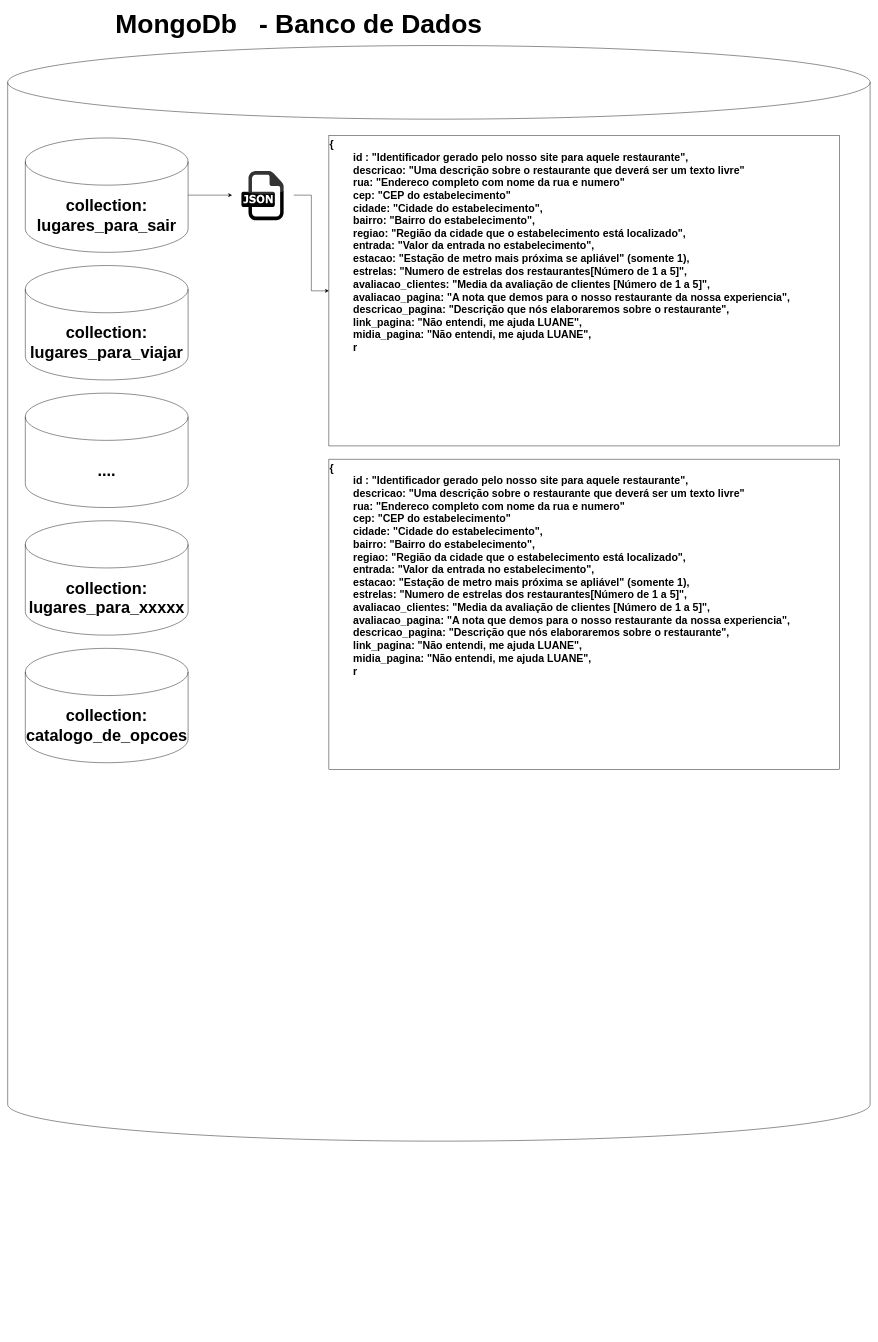
This is travel-and-dine.drawio from joaoprado96/travel-and-dine, a draw.io file, before an edit. Source tidied: cells renumbered, new cells numbered last; positions are measured from the earlier drawing's top-left corner, leaving out a move shared by most shapes. Both pictures are drawn from the tidied source at 44%, with x=0, y=0 at pixel (7, 10).
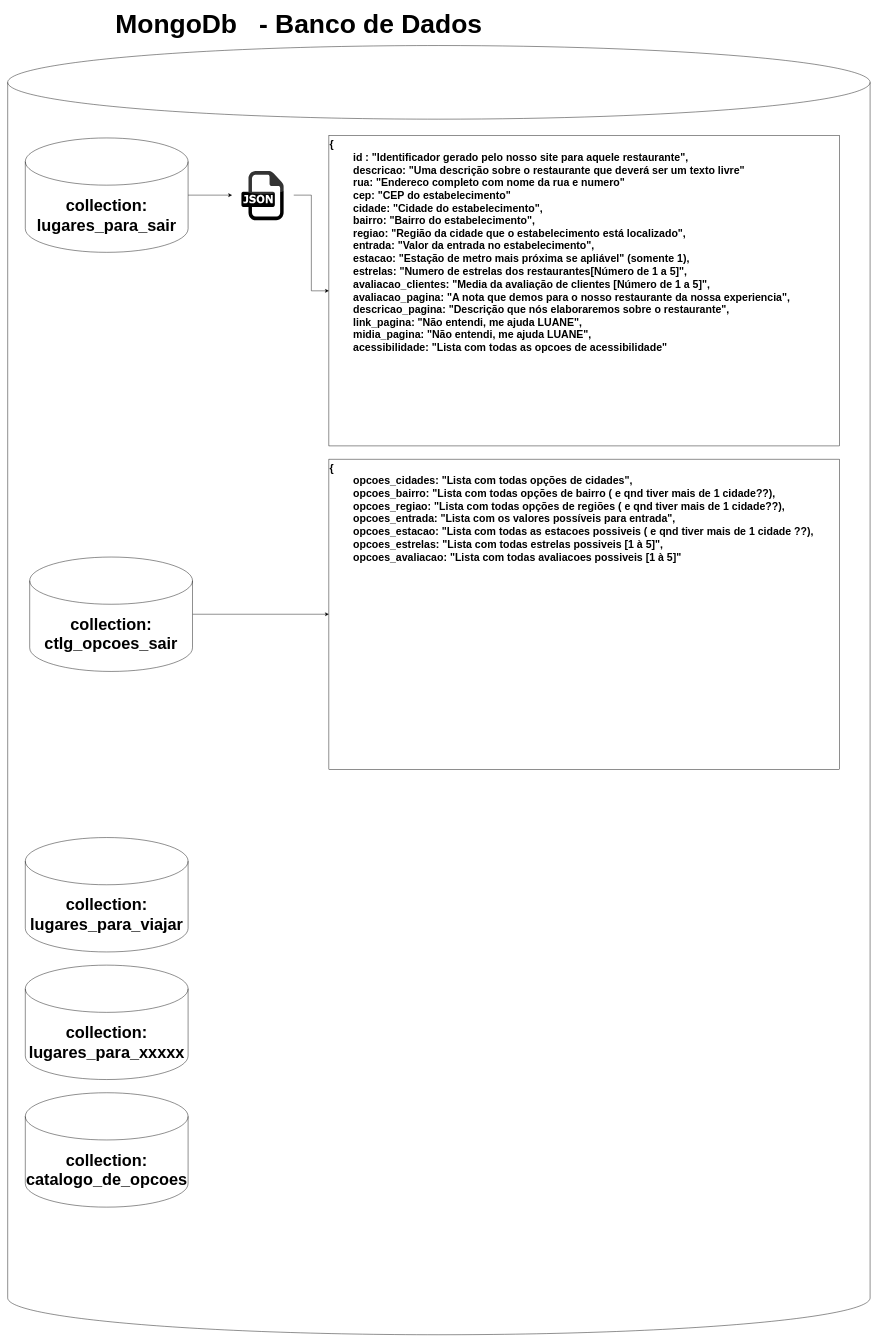
The same page after the edit.

The edit, as a diff of the source:
```diff
@@
 <mxGraphModel>
   <root>
     <mxCell id="0" />
     <mxCell id="1" parent="0" />
     <mxCell id="2" style="shape=cylinder3;whiteSpace=wrap;html=1;boundedLbl=1;backgroundOutline=1;size=83.66666666666663;" parent="1" vertex="1">
-      <mxGeometry y="80" width="1960" height="2490" as="geometry" />
+      <mxGeometry y="80" width="1960" height="2930" as="geometry" />
     </mxCell>
     <mxCell id="3" value="&lt;span style=&quot;font-size: 60px;&quot;&gt;&lt;b style=&quot;font-size: 60px;&quot;&gt;MongoDb&amp;nbsp; &amp;nbsp;- Banco de Dados&amp;nbsp;&lt;/b&gt;&lt;/span&gt;" style="text;html=1;strokeColor=none;fillColor=none;align=center;verticalAlign=middle;whiteSpace=wrap;rounded=0;fontSize=60;" parent="1" vertex="1">
       <mxGeometry x="20" width="1300" height="60" as="geometry" />
     </mxCell>
     <mxCell id="4" style="edgeStyle=orthogonalEdgeStyle;rounded=0;jettySize=auto;html=1;" parent="1" edge="1" source="5" target="11">
       <mxGeometry relative="1" as="geometry" />
     </mxCell>
     <mxCell id="5" value="collection:&lt;br style=&quot;font-size: 37px;&quot;&gt;lugares_para_sair" style="shape=cylinder3;whiteSpace=wrap;html=1;boundedLbl=1;backgroundOutline=1;size=53.666666666666686;fontSize=37;fontStyle=1;" parent="1" vertex="1">
       <mxGeometry x="40" y="290" width="370" height="260" as="geometry" />
     </mxCell>
+    <mxCell id="14" style="edgeStyle=orthogonalEdgeStyle;rounded=0;jettySize=auto;html=1;" parent="1" edge="1" source="6" target="13">
+      <mxGeometry relative="1" as="geometry" />
+    </mxCell>
-    <mxCell id="6" value="collection:&lt;br style=&quot;font-size: 37px;&quot;&gt;lugares_para_viajar" style="shape=cylinder3;whiteSpace=wrap;html=1;boundedLbl=1;backgroundOutline=1;size=53.666666666666686;fontSize=37;fontStyle=1;" parent="1" vertex="1">
-      <mxGeometry x="40" y="580" width="370" height="260" as="geometry" />
+    <mxCell id="6" value="collection:&lt;br style=&quot;border-color: var(--border-color);&quot;&gt;ctlg_opcoes_sair" style="shape=cylinder3;whiteSpace=wrap;html=1;boundedLbl=1;backgroundOutline=1;size=53.666666666666686;fontSize=37;fontStyle=1;" parent="1" vertex="1">
+      <mxGeometry x="50" y="1242.5" width="370" height="260" as="geometry" />
     </mxCell>
-    <mxCell id="7" value="...." style="shape=cylinder3;whiteSpace=wrap;html=1;boundedLbl=1;backgroundOutline=1;size=53.666666666666686;fontSize=37;fontStyle=1;" parent="1" vertex="1">
-      <mxGeometry x="40" y="870" width="370" height="260" as="geometry" />
+    <mxCell id="7" value="collection:&lt;br style=&quot;border-color: var(--border-color);&quot;&gt;lugares_para_viajar" style="shape=cylinder3;whiteSpace=wrap;html=1;boundedLbl=1;backgroundOutline=1;size=53.666666666666686;fontSize=37;fontStyle=1;" parent="1" vertex="1">
+      <mxGeometry x="40" y="1880" width="370" height="260" as="geometry" />
     </mxCell>
     <mxCell id="8" value="collection:&lt;br style=&quot;font-size: 37px;&quot;&gt;lugares_para_xxxxx" style="shape=cylinder3;whiteSpace=wrap;html=1;boundedLbl=1;backgroundOutline=1;size=53.666666666666686;fontSize=37;fontStyle=1;" parent="1" vertex="1">
-      <mxGeometry x="40" y="1160" width="370" height="260" as="geometry" />
+      <mxGeometry x="40" y="2170" width="370" height="260" as="geometry" />
     </mxCell>
     <mxCell id="9" value="collection:&lt;br style=&quot;font-size: 37px;&quot;&gt;catalogo_de_opcoes" style="shape=cylinder3;whiteSpace=wrap;html=1;boundedLbl=1;backgroundOutline=1;size=53.666666666666686;fontSize=37;fontStyle=1;" parent="1" vertex="1">
-      <mxGeometry x="40" y="1450" width="370" height="260" as="geometry" />
+      <mxGeometry x="40" y="2460" width="370" height="260" as="geometry" />
     </mxCell>
     <mxCell id="10" style="edgeStyle=orthogonalEdgeStyle;rounded=0;jettySize=auto;html=1;" parent="1" edge="1" source="11" target="12">
       <mxGeometry relative="1" as="geometry" />
     </mxCell>
     <mxCell id="11" style="dashed=0;outlineConnect=0;html=1;align=center;labelPosition=center;verticalLabelPosition=bottom;verticalAlign=top;shape=mxgraph.webicons.json;gradientColor=none;fillColor=none;" parent="1" vertex="1">
       <mxGeometry x="510" y="345" width="140.1" height="150" as="geometry" />
     </mxCell>
-    <mxCell id="12" value="{&lt;br style=&quot;font-size: 24px;&quot;&gt;&lt;span style=&quot;font-size: 24px;&quot;&gt;&lt;span style=&quot;&quot;&gt;&amp;nbsp;&amp;nbsp;&amp;nbsp;&amp;nbsp;&lt;span style=&quot;&quot;&gt;&lt;span style=&quot;white-space: pre;&quot;&gt;&amp;nbsp;&amp;nbsp;&amp;nbsp;&amp;nbsp;&lt;/span&gt;&lt;/span&gt;&lt;/span&gt;&lt;/span&gt;id : &quot;Identificador gerado pelo nosso site para aquele restaurante&quot;,&lt;br&gt;&lt;span style=&quot;&quot;&gt;&lt;span style=&quot;&quot;&gt;&amp;nbsp;&amp;nbsp;&amp;nbsp;&amp;nbsp;&lt;span style=&quot;&quot;&gt;&lt;span style=&quot;white-space: pre;&quot;&gt;&amp;nbsp;&amp;nbsp;&amp;nbsp;&amp;nbsp;&lt;/span&gt;&lt;/span&gt;&lt;/span&gt;&lt;/span&gt;descricao: &quot;Uma descrição sobre o restaurante que deverá ser um texto livre&quot;&lt;br&gt;&lt;span style=&quot;&quot;&gt;&lt;span style=&quot;&quot;&gt;&amp;nbsp;&amp;nbsp;&amp;nbsp;&amp;nbsp;&lt;span style=&quot;&quot;&gt;&lt;span style=&quot;white-space: pre;&quot;&gt;&amp;nbsp;&amp;nbsp;&amp;nbsp;&amp;nbsp;&lt;/span&gt;&lt;/span&gt;&lt;/span&gt;&lt;/span&gt;rua: &quot;Endereco completo com nome da rua e numero&quot;&lt;br&gt;&lt;span style=&quot;&quot;&gt;&lt;span style=&quot;&quot;&gt;&amp;nbsp;&amp;nbsp;&amp;nbsp;&amp;nbsp;&lt;span style=&quot;&quot;&gt;&lt;span style=&quot;white-space: pre;&quot;&gt;&amp;nbsp;&amp;nbsp;&amp;nbsp;&amp;nbsp;&lt;/span&gt;&lt;/span&gt;&lt;/span&gt;&lt;/span&gt;cep: &quot;CEP do estabelecimento&quot;&lt;br&gt;&lt;span style=&quot;&quot;&gt;&lt;span style=&quot;&quot;&gt;&amp;nbsp;&amp;nbsp;&amp;nbsp;&amp;nbsp;&lt;span style=&quot;&quot;&gt;&lt;span style=&quot;white-space: pre;&quot;&gt;&amp;nbsp;&amp;nbsp;&amp;nbsp;&amp;nbsp;&lt;/span&gt;&lt;/span&gt;&lt;/span&gt;&lt;/span&gt;cidade: &quot;Cidade do estabelecimento&quot;,&lt;br&gt;&lt;span style=&quot;&quot;&gt;&lt;span style=&quot;&quot;&gt;&amp;nbsp;&amp;nbsp;&amp;nbsp;&amp;nbsp;&lt;span style=&quot;&quot;&gt;&lt;span style=&quot;white-space: pre;&quot;&gt;&amp;nbsp;&amp;nbsp;&amp;nbsp;&amp;nbsp;&lt;/span&gt;&lt;/span&gt;&lt;/span&gt;&lt;/span&gt;bairro: &quot;Bairro do estabelecimento&quot;,&lt;br&gt;&lt;span style=&quot;white-space: pre;&quot;&gt;&#9;&lt;/span&gt;regiao: &quot;Região da cidade que o estabelecimento está localizado&quot;,&lt;br&gt;&lt;span style=&quot;&quot;&gt;&lt;span style=&quot;&quot;&gt;&amp;nbsp;&amp;nbsp;&amp;nbsp;&amp;nbsp;&lt;span style=&quot;&quot;&gt;&lt;span style=&quot;white-space: pre;&quot;&gt;&amp;nbsp;&amp;nbsp;&amp;nbsp;&amp;nbsp;&lt;/span&gt;&lt;/span&gt;&lt;/span&gt;&lt;/span&gt;entrada: &quot;Valor da entrada no estabelecimento&quot;,&lt;br&gt;&lt;span style=&quot;&quot;&gt;&lt;span style=&quot;&quot;&gt;&amp;nbsp;&amp;nbsp;&amp;nbsp;&amp;nbsp;&lt;span style=&quot;&quot;&gt;&lt;span style=&quot;white-space: pre;&quot;&gt;&amp;nbsp;&amp;nbsp;&amp;nbsp;&amp;nbsp;&lt;/span&gt;&lt;/span&gt;&lt;/span&gt;&lt;/span&gt;estacao: &quot;Estação de metro mais próxima se apliável&quot; (somente 1),&lt;br&gt;&lt;span style=&quot;&quot;&gt;&lt;span style=&quot;&quot;&gt;&amp;nbsp;&amp;nbsp;&amp;nbsp;&amp;nbsp;&lt;span style=&quot;&quot;&gt;&lt;span style=&quot;white-space: pre;&quot;&gt;&amp;nbsp;&amp;nbsp;&amp;nbsp;&amp;nbsp;&lt;/span&gt;&lt;/span&gt;&lt;/span&gt;&lt;/span&gt;estrelas: &quot;Numero de estrelas dos restaurantes[Número de 1 a 5]&quot;,&lt;br&gt;&lt;span style=&quot;&quot;&gt;&lt;span style=&quot;&quot;&gt;&amp;nbsp;&amp;nbsp;&amp;nbsp;&amp;nbsp;&lt;span style=&quot;&quot;&gt;&lt;span style=&quot;white-space: pre;&quot;&gt;&amp;nbsp;&amp;nbsp;&amp;nbsp;&amp;nbsp;&lt;/span&gt;&lt;/span&gt;&lt;/span&gt;&lt;/span&gt;avaliacao_clientes: &quot;Media da avaliação de clientes [Número de 1 a 5]&quot;,&lt;br&gt;&lt;span style=&quot;&quot;&gt;&lt;span style=&quot;white-space: pre;&quot;&gt;&amp;nbsp;&amp;nbsp;&amp;nbsp;&amp;nbsp;&lt;span style=&quot;white-space: pre;&quot;&gt;&#9;&lt;/span&gt;&lt;/span&gt;&lt;/span&gt;avaliacao_pagina: &quot;A nota que demos para o nosso restaurante da nossa experiencia&quot;,&lt;br&gt;&lt;span style=&quot;&quot;&gt;&lt;span style=&quot;white-space: pre;&quot;&gt;&amp;nbsp;&amp;nbsp;&amp;nbsp;&amp;nbsp;&lt;span style=&quot;white-space: pre;&quot;&gt;&#9;&lt;/span&gt;&lt;/span&gt;&lt;/span&gt;descricao_pagina: &quot;Descrição que nós elaboraremos sobre o restaurante&quot;,&lt;br&gt;&lt;span style=&quot;&quot;&gt;&lt;span style=&quot;white-space: pre;&quot;&gt;&amp;nbsp;&amp;nbsp;&amp;nbsp;&amp;nbsp;&lt;span style=&quot;white-space: pre;&quot;&gt;&#9;&lt;/span&gt;&lt;/span&gt;&lt;/span&gt;link_pagina: &quot;Não entendi, me ajuda LUANE&quot;,&lt;br&gt;&lt;span style=&quot;&quot;&gt;&lt;span style=&quot;white-space: pre;&quot;&gt;&amp;nbsp;&amp;nbsp;&amp;nbsp;&amp;nbsp;&lt;span style=&quot;white-space: pre;&quot;&gt;&#9;&lt;/span&gt;&lt;/span&gt;&lt;/span&gt;midia_pagina: &quot;Não entendi, me ajuda LUANE&quot;,&lt;br&gt;&lt;span style=&quot;white-space: pre;&quot;&gt;&#9;&lt;/span&gt;r" style="rounded=0;whiteSpace=wrap;html=1;align=left;fontStyle=1;fontSize=24;verticalAlign=top;" parent="1" vertex="1">
+    <mxCell id="12" value="{&lt;br style=&quot;font-size: 24px;&quot;&gt;&lt;span style=&quot;font-size: 24px;&quot;&gt;&lt;span style=&quot;&quot;&gt;&amp;nbsp;&amp;nbsp;&amp;nbsp;&amp;nbsp;&lt;span style=&quot;&quot;&gt;&lt;span style=&quot;white-space: pre;&quot;&gt;&amp;nbsp;&amp;nbsp;&amp;nbsp;&amp;nbsp;&lt;/span&gt;&lt;/span&gt;&lt;/span&gt;&lt;/span&gt;id : &quot;Identificador gerado pelo nosso site para aquele restaurante&quot;,&lt;br&gt;&lt;span style=&quot;&quot;&gt;&lt;span style=&quot;&quot;&gt;&amp;nbsp;&amp;nbsp;&amp;nbsp;&amp;nbsp;&lt;span style=&quot;&quot;&gt;&lt;span style=&quot;white-space: pre;&quot;&gt;&amp;nbsp;&amp;nbsp;&amp;nbsp;&amp;nbsp;&lt;/span&gt;&lt;/span&gt;&lt;/span&gt;&lt;/span&gt;descricao: &quot;Uma descrição sobre o restaurante que deverá ser um texto livre&quot;&lt;br&gt;&lt;span style=&quot;&quot;&gt;&lt;span style=&quot;&quot;&gt;&amp;nbsp;&amp;nbsp;&amp;nbsp;&amp;nbsp;&lt;span style=&quot;&quot;&gt;&lt;span style=&quot;white-space: pre;&quot;&gt;&amp;nbsp;&amp;nbsp;&amp;nbsp;&amp;nbsp;&lt;/span&gt;&lt;/span&gt;&lt;/span&gt;&lt;/span&gt;rua: &quot;Endereco completo com nome da rua e numero&quot;&lt;br&gt;&lt;span style=&quot;&quot;&gt;&lt;span style=&quot;&quot;&gt;&amp;nbsp;&amp;nbsp;&amp;nbsp;&amp;nbsp;&lt;span style=&quot;&quot;&gt;&lt;span style=&quot;white-space: pre;&quot;&gt;&amp;nbsp;&amp;nbsp;&amp;nbsp;&amp;nbsp;&lt;/span&gt;&lt;/span&gt;&lt;/span&gt;&lt;/span&gt;cep: &quot;CEP do estabelecimento&quot;&lt;br&gt;&lt;span style=&quot;&quot;&gt;&lt;span style=&quot;&quot;&gt;&amp;nbsp;&amp;nbsp;&amp;nbsp;&amp;nbsp;&lt;span style=&quot;&quot;&gt;&lt;span style=&quot;white-space: pre;&quot;&gt;&amp;nbsp;&amp;nbsp;&amp;nbsp;&amp;nbsp;&lt;/span&gt;&lt;/span&gt;&lt;/span&gt;&lt;/span&gt;cidade: &quot;Cidade do estabelecimento&quot;,&lt;br&gt;&lt;span style=&quot;&quot;&gt;&lt;span style=&quot;&quot;&gt;&amp;nbsp;&amp;nbsp;&amp;nbsp;&amp;nbsp;&lt;span style=&quot;&quot;&gt;&lt;span style=&quot;white-space: pre;&quot;&gt;&amp;nbsp;&amp;nbsp;&amp;nbsp;&amp;nbsp;&lt;/span&gt;&lt;/span&gt;&lt;/span&gt;&lt;/span&gt;bairro: &quot;Bairro do estabelecimento&quot;,&lt;br&gt;&lt;span style=&quot;white-space: pre;&quot;&gt;&#9;&lt;/span&gt;regiao: &quot;Região da cidade que o estabelecimento está localizado&quot;,&lt;br&gt;&lt;span style=&quot;&quot;&gt;&lt;span style=&quot;&quot;&gt;&amp;nbsp;&amp;nbsp;&amp;nbsp;&amp;nbsp;&lt;span style=&quot;&quot;&gt;&lt;span style=&quot;white-space: pre;&quot;&gt;&amp;nbsp;&amp;nbsp;&amp;nbsp;&amp;nbsp;&lt;/span&gt;&lt;/span&gt;&lt;/span&gt;&lt;/span&gt;entrada: &quot;Valor da entrada no estabelecimento&quot;,&lt;br&gt;&lt;span style=&quot;&quot;&gt;&lt;span style=&quot;&quot;&gt;&amp;nbsp;&amp;nbsp;&amp;nbsp;&amp;nbsp;&lt;span style=&quot;&quot;&gt;&lt;span style=&quot;white-space: pre;&quot;&gt;&amp;nbsp;&amp;nbsp;&amp;nbsp;&amp;nbsp;&lt;/span&gt;&lt;/span&gt;&lt;/span&gt;&lt;/span&gt;estacao: &quot;Estação de metro mais próxima se apliável&quot; (somente 1),&lt;br&gt;&lt;span style=&quot;&quot;&gt;&lt;span style=&quot;&quot;&gt;&amp;nbsp;&amp;nbsp;&amp;nbsp;&amp;nbsp;&lt;span style=&quot;&quot;&gt;&lt;span style=&quot;white-space: pre;&quot;&gt;&amp;nbsp;&amp;nbsp;&amp;nbsp;&amp;nbsp;&lt;/span&gt;&lt;/span&gt;&lt;/span&gt;&lt;/span&gt;estrelas: &quot;Numero de estrelas dos restaurantes[Número de 1 a 5]&quot;,&lt;br&gt;&lt;span style=&quot;&quot;&gt;&lt;span style=&quot;&quot;&gt;&amp;nbsp;&amp;nbsp;&amp;nbsp;&amp;nbsp;&lt;span style=&quot;&quot;&gt;&lt;span style=&quot;white-space: pre;&quot;&gt;&amp;nbsp;&amp;nbsp;&amp;nbsp;&amp;nbsp;&lt;/span&gt;&lt;/span&gt;&lt;/span&gt;&lt;/span&gt;avaliacao_clientes: &quot;Media da avaliação de clientes [Número de 1 a 5]&quot;,&lt;br&gt;&lt;span style=&quot;&quot;&gt;&lt;span style=&quot;white-space: pre;&quot;&gt;&amp;nbsp;&amp;nbsp;&amp;nbsp;&amp;nbsp;&lt;span style=&quot;white-space: pre;&quot;&gt;&#9;&lt;/span&gt;&lt;/span&gt;&lt;/span&gt;avaliacao_pagina: &quot;A nota que demos para o nosso restaurante da nossa experiencia&quot;,&lt;br&gt;&lt;span style=&quot;&quot;&gt;&lt;span style=&quot;white-space: pre;&quot;&gt;&amp;nbsp;&amp;nbsp;&amp;nbsp;&amp;nbsp;&lt;span style=&quot;white-space: pre;&quot;&gt;&#9;&lt;/span&gt;&lt;/span&gt;&lt;/span&gt;descricao_pagina: &quot;Descrição que nós elaboraremos sobre o restaurante&quot;,&lt;br&gt;&lt;span style=&quot;&quot;&gt;&lt;span style=&quot;white-space: pre;&quot;&gt;&amp;nbsp;&amp;nbsp;&amp;nbsp;&amp;nbsp;&lt;span style=&quot;white-space: pre;&quot;&gt;&#9;&lt;/span&gt;&lt;/span&gt;&lt;/span&gt;link_pagina: &quot;Não entendi, me ajuda LUANE&quot;,&lt;br&gt;&lt;span style=&quot;&quot;&gt;&lt;span style=&quot;white-space: pre;&quot;&gt;&amp;nbsp;&amp;nbsp;&amp;nbsp;&amp;nbsp;&lt;span style=&quot;white-space: pre;&quot;&gt;&#9;&lt;/span&gt;&lt;/span&gt;&lt;/span&gt;midia_pagina: &quot;Não entendi, me ajuda LUANE&quot;,&lt;br&gt;&lt;span style=&quot;white-space: pre;&quot;&gt;&#9;&lt;/span&gt;acessibilidade: &quot;Lista com todas as opcoes de acessibilidade&quot;" style="rounded=0;whiteSpace=wrap;html=1;align=left;fontStyle=1;fontSize=24;verticalAlign=top;" parent="1" vertex="1">
       <mxGeometry x="730" y="285" width="1160" height="705" as="geometry" />
     </mxCell>
-    <mxCell id="13" value="{&lt;br style=&quot;font-size: 24px;&quot;&gt;&lt;span style=&quot;font-size: 24px;&quot;&gt;&lt;span style=&quot;&quot;&gt;&amp;nbsp;&amp;nbsp;&amp;nbsp;&amp;nbsp;&lt;span style=&quot;&quot;&gt;&lt;span style=&quot;white-space: pre;&quot;&gt;&amp;nbsp;&amp;nbsp;&amp;nbsp;&amp;nbsp;&lt;/span&gt;&lt;/span&gt;&lt;/span&gt;&lt;/span&gt;id : &quot;Identificador gerado pelo nosso site para aquele restaurante&quot;,&lt;br&gt;&lt;span style=&quot;&quot;&gt;&lt;span style=&quot;&quot;&gt;&amp;nbsp;&amp;nbsp;&amp;nbsp;&amp;nbsp;&lt;span style=&quot;&quot;&gt;&lt;span style=&quot;white-space: pre;&quot;&gt;&amp;nbsp;&amp;nbsp;&amp;nbsp;&amp;nbsp;&lt;/span&gt;&lt;/span&gt;&lt;/span&gt;&lt;/span&gt;descricao: &quot;Uma descrição sobre o restaurante que deverá ser um texto livre&quot;&lt;br&gt;&lt;span style=&quot;&quot;&gt;&lt;span style=&quot;&quot;&gt;&amp;nbsp;&amp;nbsp;&amp;nbsp;&amp;nbsp;&lt;span style=&quot;&quot;&gt;&lt;span style=&quot;white-space: pre;&quot;&gt;&amp;nbsp;&amp;nbsp;&amp;nbsp;&amp;nbsp;&lt;/span&gt;&lt;/span&gt;&lt;/span&gt;&lt;/span&gt;rua: &quot;Endereco completo com nome da rua e numero&quot;&lt;br&gt;&lt;span style=&quot;&quot;&gt;&lt;span style=&quot;&quot;&gt;&amp;nbsp;&amp;nbsp;&amp;nbsp;&amp;nbsp;&lt;span style=&quot;&quot;&gt;&lt;span style=&quot;white-space: pre;&quot;&gt;&amp;nbsp;&amp;nbsp;&amp;nbsp;&amp;nbsp;&lt;/span&gt;&lt;/span&gt;&lt;/span&gt;&lt;/span&gt;cep: &quot;CEP do estabelecimento&quot;&lt;br&gt;&lt;span style=&quot;&quot;&gt;&lt;span style=&quot;&quot;&gt;&amp;nbsp;&amp;nbsp;&amp;nbsp;&amp;nbsp;&lt;span style=&quot;&quot;&gt;&lt;span style=&quot;white-space: pre;&quot;&gt;&amp;nbsp;&amp;nbsp;&amp;nbsp;&amp;nbsp;&lt;/span&gt;&lt;/span&gt;&lt;/span&gt;&lt;/span&gt;cidade: &quot;Cidade do estabelecimento&quot;,&lt;br&gt;&lt;span style=&quot;&quot;&gt;&lt;span style=&quot;&quot;&gt;&amp;nbsp;&amp;nbsp;&amp;nbsp;&amp;nbsp;&lt;span style=&quot;&quot;&gt;&lt;span style=&quot;white-space: pre;&quot;&gt;&amp;nbsp;&amp;nbsp;&amp;nbsp;&amp;nbsp;&lt;/span&gt;&lt;/span&gt;&lt;/span&gt;&lt;/span&gt;bairro: &quot;Bairro do estabelecimento&quot;,&lt;br&gt;&lt;span style=&quot;white-space: pre;&quot;&gt;&#9;&lt;/span&gt;regiao: &quot;Região da cidade que o estabelecimento está localizado&quot;,&lt;br&gt;&lt;span style=&quot;&quot;&gt;&lt;span style=&quot;&quot;&gt;&amp;nbsp;&amp;nbsp;&amp;nbsp;&amp;nbsp;&lt;span style=&quot;&quot;&gt;&lt;span style=&quot;white-space: pre;&quot;&gt;&amp;nbsp;&amp;nbsp;&amp;nbsp;&amp;nbsp;&lt;/span&gt;&lt;/span&gt;&lt;/span&gt;&lt;/span&gt;entrada: &quot;Valor da entrada no estabelecimento&quot;,&lt;br&gt;&lt;span style=&quot;&quot;&gt;&lt;span style=&quot;&quot;&gt;&amp;nbsp;&amp;nbsp;&amp;nbsp;&amp;nbsp;&lt;span style=&quot;&quot;&gt;&lt;span style=&quot;white-space: pre;&quot;&gt;&amp;nbsp;&amp;nbsp;&amp;nbsp;&amp;nbsp;&lt;/span&gt;&lt;/span&gt;&lt;/span&gt;&lt;/span&gt;estacao: &quot;Estação de metro mais próxima se apliável&quot; (somente 1),&lt;br&gt;&lt;span style=&quot;&quot;&gt;&lt;span style=&quot;&quot;&gt;&amp;nbsp;&amp;nbsp;&amp;nbsp;&amp;nbsp;&lt;span style=&quot;&quot;&gt;&lt;span style=&quot;white-space: pre;&quot;&gt;&amp;nbsp;&amp;nbsp;&amp;nbsp;&amp;nbsp;&lt;/span&gt;&lt;/span&gt;&lt;/span&gt;&lt;/span&gt;estrelas: &quot;Numero de estrelas dos restaurantes[Número de 1 a 5]&quot;,&lt;br&gt;&lt;span style=&quot;&quot;&gt;&lt;span style=&quot;&quot;&gt;&amp;nbsp;&amp;nbsp;&amp;nbsp;&amp;nbsp;&lt;span style=&quot;&quot;&gt;&lt;span style=&quot;white-space: pre;&quot;&gt;&amp;nbsp;&amp;nbsp;&amp;nbsp;&amp;nbsp;&lt;/span&gt;&lt;/span&gt;&lt;/span&gt;&lt;/span&gt;avaliacao_clientes: &quot;Media da avaliação de clientes [Número de 1 a 5]&quot;,&lt;br&gt;&lt;span style=&quot;&quot;&gt;&lt;span style=&quot;white-space: pre;&quot;&gt;&amp;nbsp;&amp;nbsp;&amp;nbsp;&amp;nbsp;&lt;span style=&quot;white-space: pre;&quot;&gt;&#9;&lt;/span&gt;&lt;/span&gt;&lt;/span&gt;avaliacao_pagina: &quot;A nota que demos para o nosso restaurante da nossa experiencia&quot;,&lt;br&gt;&lt;span style=&quot;&quot;&gt;&lt;span style=&quot;white-space: pre;&quot;&gt;&amp;nbsp;&amp;nbsp;&amp;nbsp;&amp;nbsp;&lt;span style=&quot;white-space: pre;&quot;&gt;&#9;&lt;/span&gt;&lt;/span&gt;&lt;/span&gt;descricao_pagina: &quot;Descrição que nós elaboraremos sobre o restaurante&quot;,&lt;br&gt;&lt;span style=&quot;&quot;&gt;&lt;span style=&quot;white-space: pre;&quot;&gt;&amp;nbsp;&amp;nbsp;&amp;nbsp;&amp;nbsp;&lt;span style=&quot;white-space: pre;&quot;&gt;&#9;&lt;/span&gt;&lt;/span&gt;&lt;/span&gt;link_pagina: &quot;Não entendi, me ajuda LUANE&quot;,&lt;br&gt;&lt;span style=&quot;&quot;&gt;&lt;span style=&quot;white-space: pre;&quot;&gt;&amp;nbsp;&amp;nbsp;&amp;nbsp;&amp;nbsp;&lt;span style=&quot;white-space: pre;&quot;&gt;&#9;&lt;/span&gt;&lt;/span&gt;&lt;/span&gt;midia_pagina: &quot;Não entendi, me ajuda LUANE&quot;,&lt;br&gt;&lt;span style=&quot;white-space: pre;&quot;&gt;&#9;&lt;/span&gt;r" style="rounded=0;whiteSpace=wrap;html=1;align=left;fontStyle=1;fontSize=24;verticalAlign=top;" parent="1" vertex="1">
+    <mxCell id="13" value="{&lt;br&gt;&lt;span style=&quot;&quot;&gt;&lt;span style=&quot;&quot;&gt;&amp;nbsp;&amp;nbsp;&amp;nbsp;&amp;nbsp;&lt;span style=&quot;white-space: pre;&quot;&gt;&#9;&lt;/span&gt;&lt;/span&gt;&lt;/span&gt;opcoes_cidades: &quot;Lista com todas opções de cidades&quot;,&lt;br&gt;&lt;span style=&quot;&quot;&gt;&lt;span style=&quot;&quot;&gt;&amp;nbsp;&amp;nbsp;&amp;nbsp;&amp;nbsp;&lt;span style=&quot;white-space: pre;&quot;&gt;&#9;&lt;/span&gt;&lt;/span&gt;&lt;/span&gt;opcoes_bairro: &quot;Lista com todas opções de bairro ( e qnd tiver mais de 1 cidade??),&lt;br&gt;&lt;span style=&quot;&quot;&gt;&lt;span style=&quot;&quot;&gt;&amp;nbsp;&amp;nbsp;&amp;nbsp;&lt;span style=&quot;white-space: pre;&quot;&gt;&#9;&lt;/span&gt;&lt;/span&gt;&lt;/span&gt;opcoes_regiao: &quot;Lista com todas opções de regiões ( e qnd tiver mais de 1 cidade??),&lt;br&gt;&lt;span style=&quot;&quot;&gt;&lt;span style=&quot;&quot;&gt;&amp;nbsp;&amp;nbsp;&amp;nbsp;&amp;nbsp;&lt;span style=&quot;white-space: pre;&quot;&gt;&#9;&lt;/span&gt;&lt;/span&gt;&lt;/span&gt;opcoes_entrada: &quot;Lista com os valores possíveis para entrada&quot;,&lt;br&gt;&lt;span style=&quot;&quot;&gt;&lt;span style=&quot;&quot;&gt;&amp;nbsp;&amp;nbsp;&amp;nbsp;&amp;nbsp;&lt;span style=&quot;white-space: pre;&quot;&gt;&#9;&lt;/span&gt;&lt;/span&gt;&lt;/span&gt;opcoes_estacao: &quot;Lista com todas as estacoes possiveis ( e qnd tiver mais de 1 cidade ??),&lt;br&gt;&lt;span style=&quot;white-space: pre;&quot;&gt;&#9;&lt;/span&gt;opcoes_estrelas: &quot;Lista com todas estrelas possiveis [1 à 5]&quot;,&lt;br&gt;&lt;span style=&quot;&quot;&gt;&lt;/span&gt;&lt;span style=&quot;white-space: pre;&quot;&gt;&#9;&lt;/span&gt;opcoes_avaliacao: &quot;Lista com todas avaliacoes possiveis [1 à 5]&quot;&lt;span style=&quot;&quot;&gt;&lt;br/&gt;&lt;span style=&quot;white-space: pre;&quot;&gt;&amp;nbsp;&amp;nbsp;&amp;nbsp;&amp;nbsp;&lt;/span&gt;&lt;/span&gt;" style="rounded=0;whiteSpace=wrap;html=1;align=left;fontStyle=1;fontSize=24;verticalAlign=top;" parent="1" vertex="1">
       <mxGeometry x="730" y="1020" width="1160" height="705" as="geometry" />
     </mxCell>
   </root>
 </mxGraphModel>
```
